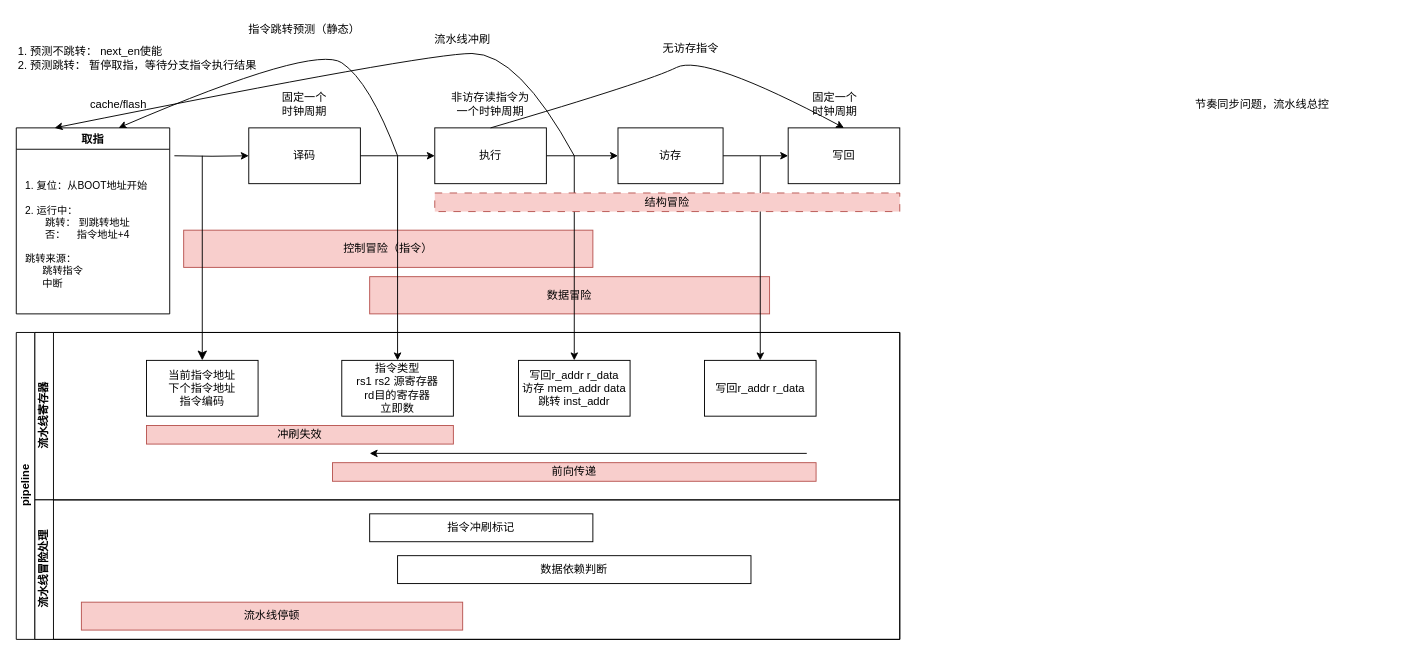
Before: page "流水线" (2 of 2) of doc/draw/construct.drawio in renyangang/riscv-mcu, a draw.io diagram. Source tidied: cells renumbered, new cells numbered last; positions are measured from the earlier drawing's top-left corner, leaving out a move shared by most shapes. Both pictures are drawn from the tidied source at 93%, with x=0, y=0 at pixel (16, 16).
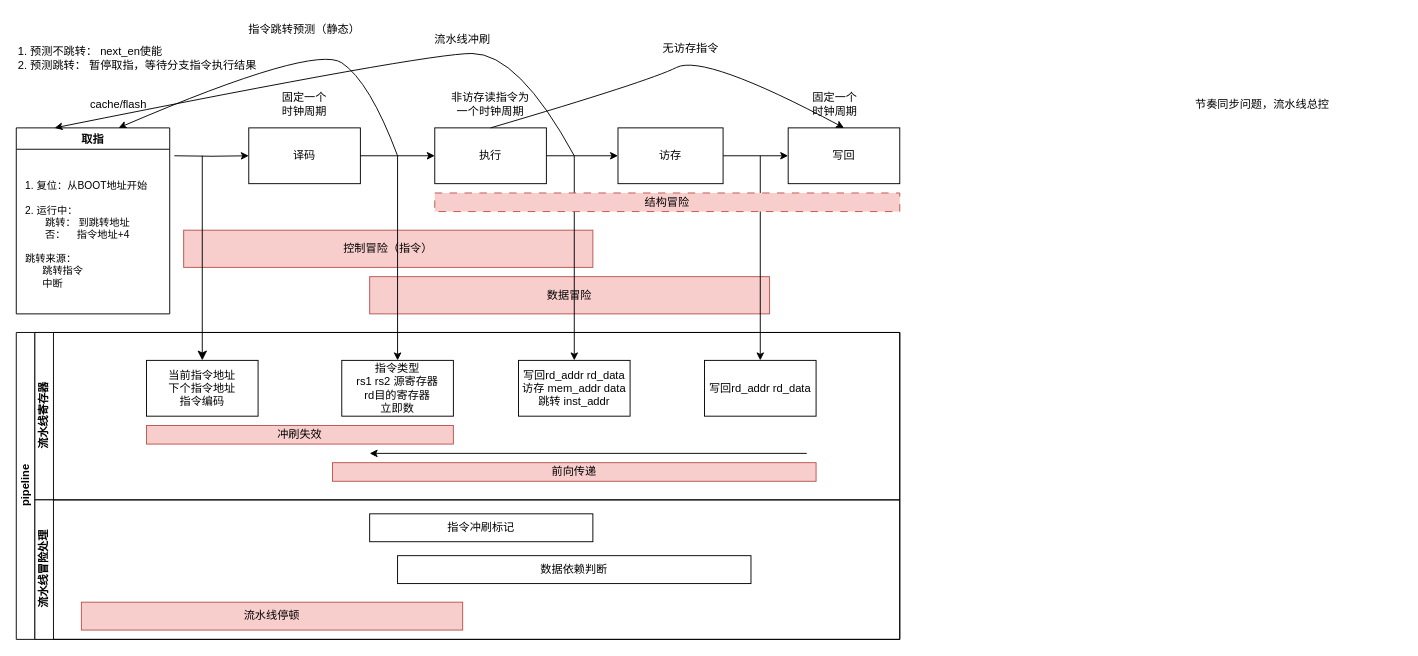
Above is the later version.

The change refers to these unchanged cells:
```xml
<mxCell id="18" value="流水线寄存器" style="swimlane;startSize=20;horizontal=0;html=1;" parent="17" vertex="1">
  <mxGeometry x="20" width="930" height="180" as="geometry" />
</mxCell>
```

Diff of the diagram source:
```diff
@@
-    <mxCell id="21" value="写回r_addr r_data&lt;div&gt;访存 mem_addr data&lt;/div&gt;&lt;div&gt;跳转 inst_addr&lt;/div&gt;" style="rounded=0;whiteSpace=wrap;html=1;" parent="18" vertex="1">
+    <mxCell id="21" value="写回rd_addr rd_data&lt;div&gt;访存 mem_addr data&lt;/div&gt;&lt;div&gt;跳转 inst_addr&lt;/div&gt;" style="rounded=0;whiteSpace=wrap;html=1;" parent="18" vertex="1">
       <mxGeometry x="520" y="30" width="120" height="60" as="geometry" />
     </mxCell>
-    <mxCell id="22" value="写回r_addr r_data" style="rounded=0;whiteSpace=wrap;html=1;" parent="18" vertex="1">
+    <mxCell id="22" value="写回rd_addr rd_data" style="rounded=0;whiteSpace=wrap;html=1;" parent="18" vertex="1">
       <mxGeometry x="720" y="30" width="120" height="60" as="geometry" />
     </mxCell>
```
